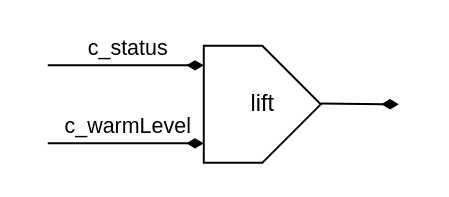
suzuki-taro-unofficial/frpot keeps this draw.io diagram as images/target_temperature.drawio. Above is the earlier version. Source tidied: cells renumbered, new cells numbered last; positions are measured from the earlier drawing's top-left corner, leaving out a move shared by most shapes. Both pictures are drawn from the tidied source at 195%, with x=0, y=0 at pixel (47, 45).
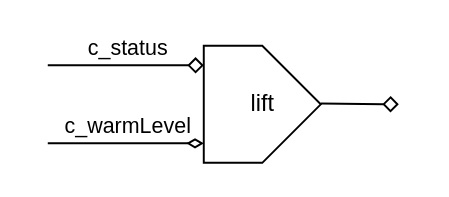
The same diagram, later.

Commit message (it also covers changes not shown here):
fix: 白抜きのひし形をセルに使う

What changed in the source:
```diff
@@
 <mxGraphModel>
   <root>
     <mxCell id="0" />
     <mxCell id="1" parent="0" />
-    <mxCell id="2" style="endArrow=diamondThin;html=1;rounded=0;endFill=1;" parent="1" edge="1">
+    <mxCell id="2" style="endArrow=diamond;html=1;rounded=0;endFill=0;" parent="1" edge="1">
       <mxGeometry relative="1" as="geometry">
         <mxPoint y="10" as="sourcePoint" />
         <mxPoint x="80" y="10" as="targetPoint" />
       </mxGeometry>
     </mxCell>
     <mxCell id="3" value="c_status" style="edgeLabel;html=1;align=center;verticalAlign=middle;" parent="2" vertex="1">
       <mxGeometry x="0.17" y="2" relative="1" as="geometry">
         <mxPoint x="-7" y="-8" as="offset" />
       </mxGeometry>
     </mxCell>
-    <mxCell id="4" style="endArrow=diamondThin;html=1;rounded=0;endFill=1;" parent="1" edge="1">
+    <mxCell id="4" style="endArrow=diamondThin;html=1;rounded=0;endFill=0;" parent="1" edge="1">
       <mxGeometry relative="1" as="geometry">
         <mxPoint y="50" as="sourcePoint" />
         <mxPoint x="80" y="50" as="targetPoint" />
       </mxGeometry>
     </mxCell>
     <mxCell id="5" value="c_warmLevel" style="edgeLabel;html=1;align=center;verticalAlign=middle;" parent="4" vertex="1">
       <mxGeometry x="0.17" y="2" relative="1" as="geometry">
         <mxPoint x="-7" y="-8" as="offset" />
       </mxGeometry>
     </mxCell>
-    <mxCell id="6" style="endArrow=diamondThin;html=1;rounded=0;endFill=1;" parent="1" edge="1">
+    <mxCell id="6" style="endArrow=diamond;html=1;rounded=0;endFill=0;" parent="1" edge="1">
       <mxGeometry relative="1" as="geometry">
         <mxPoint x="140" y="29.6" as="sourcePoint" />
         <mxPoint x="180" y="30" as="targetPoint" />
       </mxGeometry>
     </mxCell>
     <mxCell id="7" value="lift" style="verticalLabelPosition=middle;verticalAlign=middle;html=1;shape=offPageConnector;rounded=0;size=0.5;direction=north;labelPosition=center;align=center;" parent="1" vertex="1">
       <mxGeometry x="80" width="60" height="60" as="geometry" />
     </mxCell>
   </root>
 </mxGraphModel>
```
